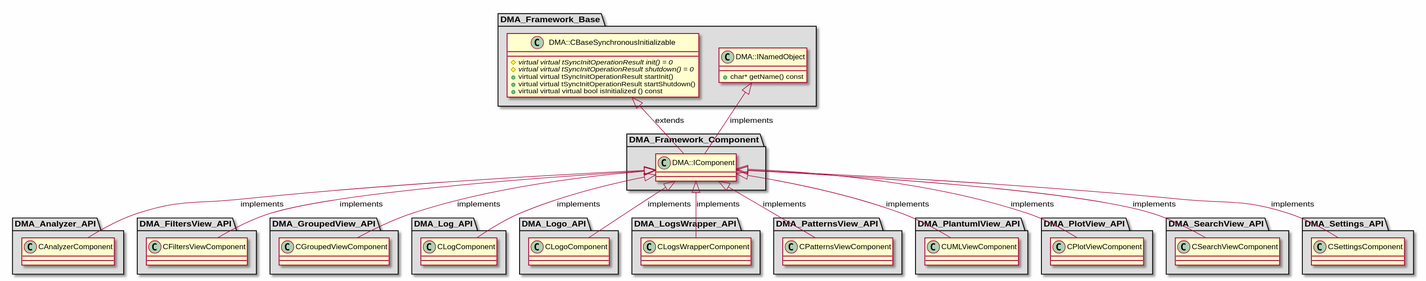
svlad-90/DLT-Message-Analyzer keeps this PlantUML diagram as md/dev_docs/puml/DMA_Framework_Component.svg. Above is the earlier version.
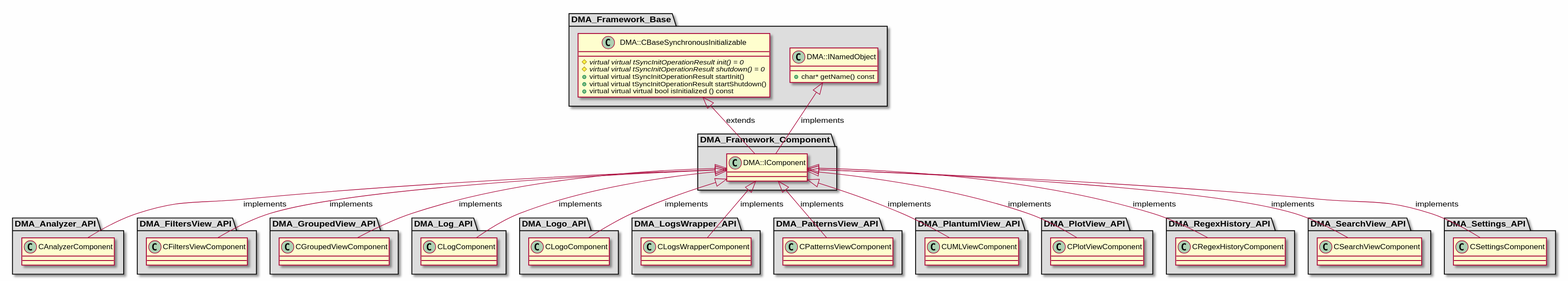
Above is the later version.

The edit, as a diff of the source:
```diff
@@ -111,6 +111,15 @@
 
 }
 
+package "DMA_RegexHistory_API" #DDDDDD
+{
+
+class "CRegexHistoryComponent"
+{
+}
+
+}
+
 package "DMA_SearchView_API" #DDDDDD
 {
 
@@ -140,6 +149,7 @@
 DMA::IComponent <|-- CPatternsViewComponent : implements
 DMA::IComponent <|-- CUMLViewComponent : implements
 DMA::IComponent <|-- CPlotViewComponent : implements
+DMA::IComponent <|-- CRegexHistoryComponent : implements
 DMA::IComponent <|-- CSearchViewComponent : implements
 DMA::IComponent <|-- CSettingsComponent : implements
 
```
